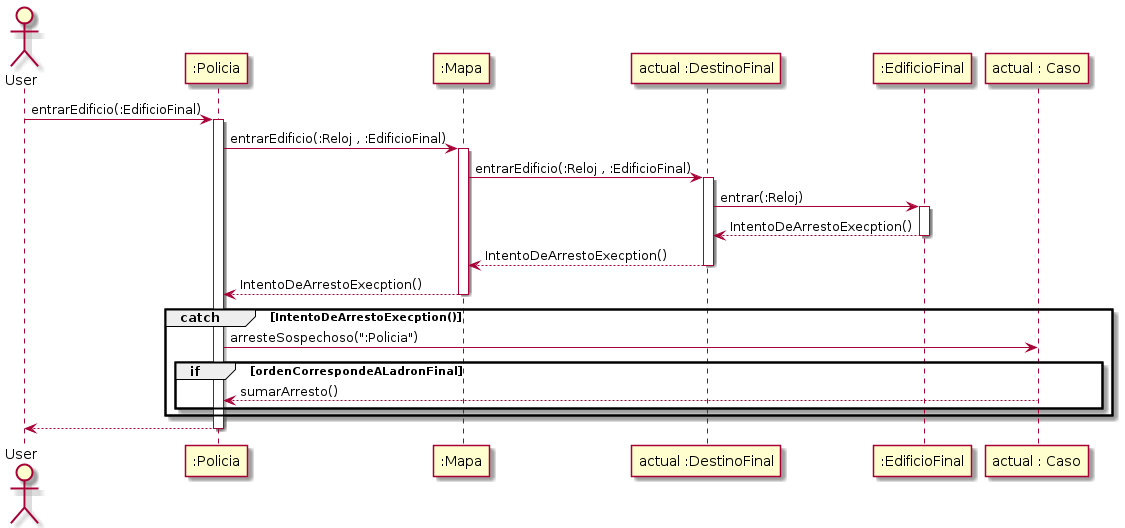
This is diagrams/sequences/arrestoDeSospechosoConOrdenSecuencia.png from Nicolas-Bravo/algo3_tp2, a PlantUML export, as it was before one commit. Source of this version:
```plantuml
@startuml

Actor User

User -> ":Policia" : entrarEdificio(:EdificioFinal)
Activate ":Policia"

":Policia" -> ":Mapa" : entrarEdificio(:Reloj , :EdificioFinal)
activate ":Mapa"

":Mapa" -> "actual :DestinoFinal" : entrarEdificio(:Reloj , :EdificioFinal)
activate "actual :DestinoFinal"

"actual :DestinoFinal" -> ":EdificioFinal" : entrar(:Reloj)
activate ":EdificioFinal"

":EdificioFinal" --> "actual :DestinoFinal" : IntentoDeArrestoExecption()
deactivate ":EdificioFinal"

"actual :DestinoFinal" --> ":Mapa" : IntentoDeArrestoExecption()
deactivate "actual :DestinoFinal"

":Mapa" --> ":Policia" : IntentoDeArrestoExecption()
deactivate ":Mapa"

group catch [IntentoDeArrestoExecption()]

    ":Policia" -> "actual : Caso" : arresteSospechoso(":Policia")

    group if [ordenCorrespondeALadronFinal]

        "actual : Caso" --> ":Policia" : sumarArresto()

    end

end

":Policia" --> User
deactivate ":Policia"

@enduml
```
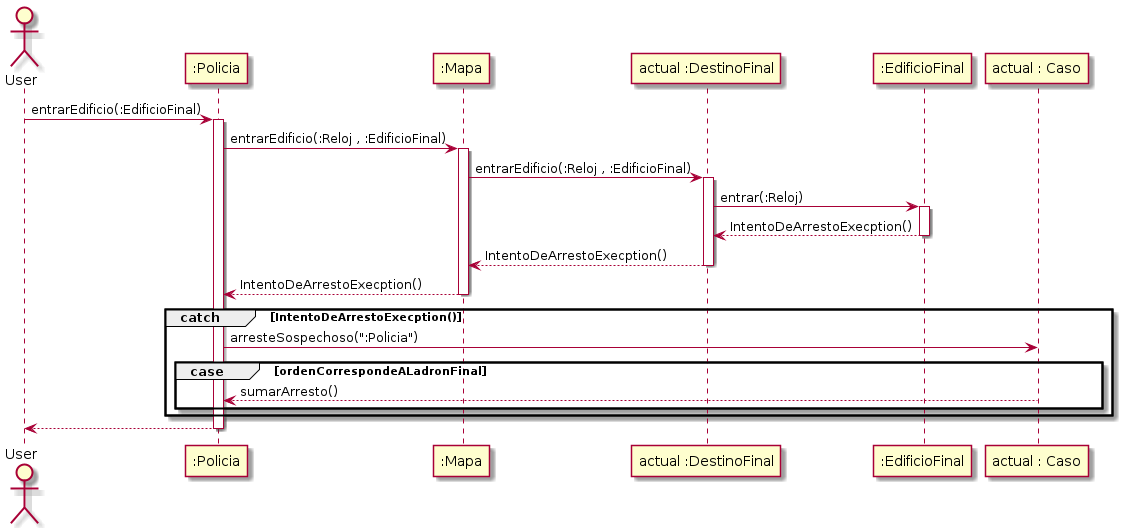
Later version of the same file.

Commit message:
Diagramas Secuencia v3

Change to the diagram source:
```diff
@@ -27,7 +27,7 @@
 
     ":Policia" -> "actual : Caso" : arresteSospechoso(":Policia")
 
-    group if [ordenCorrespondeALadronFinal]
+    group case [ordenCorrespondeALadronFinal]
 
         "actual : Caso" --> ":Policia" : sumarArresto()
 
```
